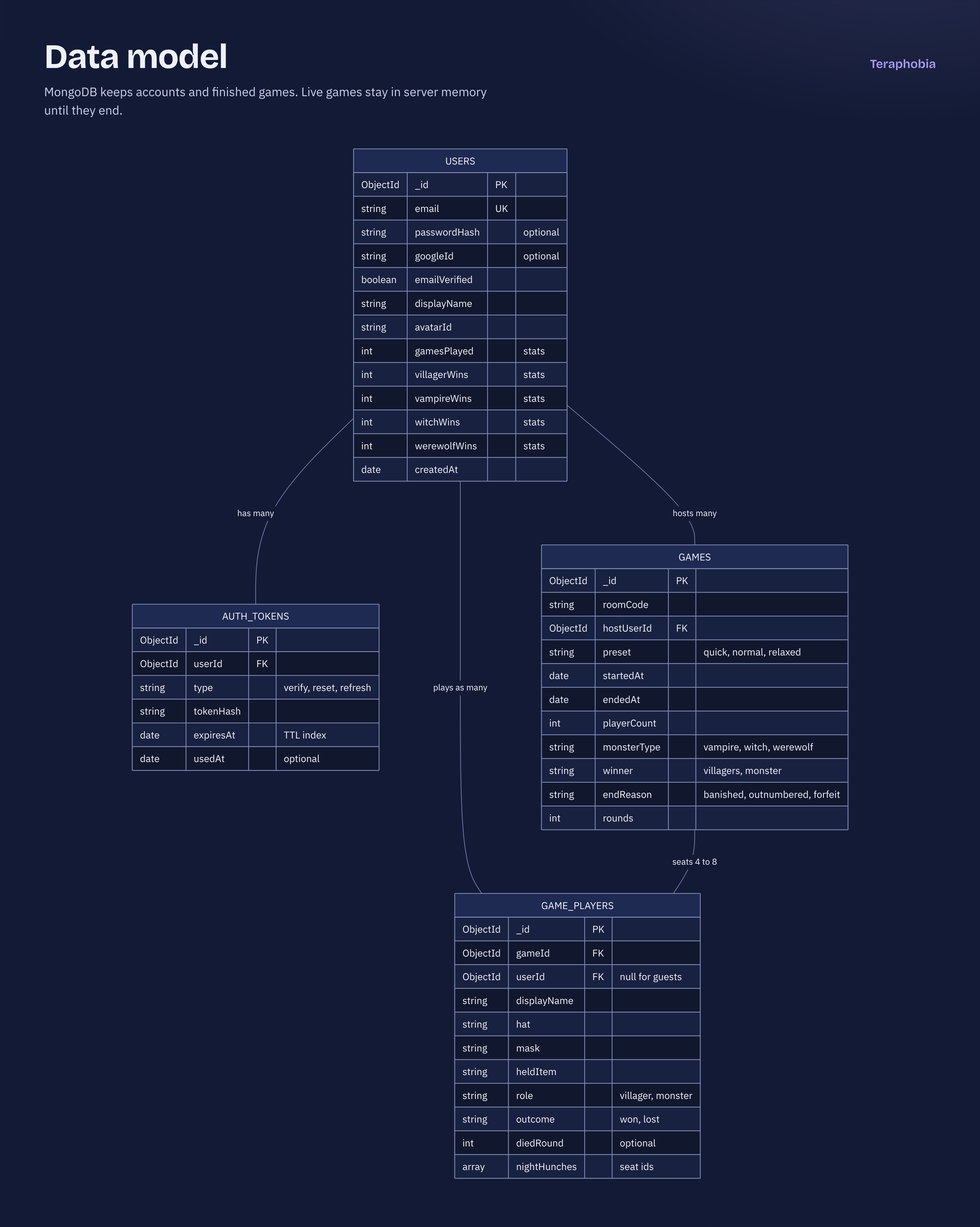
This is resources/diagrams/erd.png from ucfdevs/teraphobia, a Mermaid export, as it was before one commit. Its source is kept beside it as resources/diagrams/erd.mmd. Its diagram source:
```mermaid
erDiagram
    USERS ||--o{ AUTH_TOKENS : "has many"
    USERS ||--o{ GAMES : "hosts many"
    USERS |o--o{ GAME_PLAYERS : "plays as many"
    GAMES ||--|{ GAME_PLAYERS : "seats 4 to 8"

    USERS {
        ObjectId _id PK
        string email UK
        string passwordHash "optional"
        string googleId "optional"
        boolean emailVerified
        string displayName
        string avatarId
        int gamesPlayed "stats"
        int villagerWins "stats"
        int vampireWins "stats"
        int witchWins "stats"
        int werewolfWins "stats"
        date createdAt
    }
    AUTH_TOKENS {
        ObjectId _id PK
        ObjectId userId FK
        string type "verify, reset, refresh"
        string tokenHash
        date expiresAt "TTL index"
        date usedAt "optional"
    }
    GAMES {
        ObjectId _id PK
        string roomCode
        ObjectId hostUserId FK
        string preset "quick, normal, relaxed"
        date startedAt
        date endedAt
        int playerCount
        string monsterType "vampire, witch, werewolf"
        string winner "villagers, monster"
        string endReason "banished, outnumbered, forfeit"
        int rounds
    }
    GAME_PLAYERS {
        ObjectId _id PK
        ObjectId gameId FK
        ObjectId userId FK "null for guests"
        string displayName
        string hat
        string mask
        string heldItem
        string role "villager, monster"
        string outcome "won, lost"
        int diedRound "optional"
        array nightHunches "seat ids"
    }
```
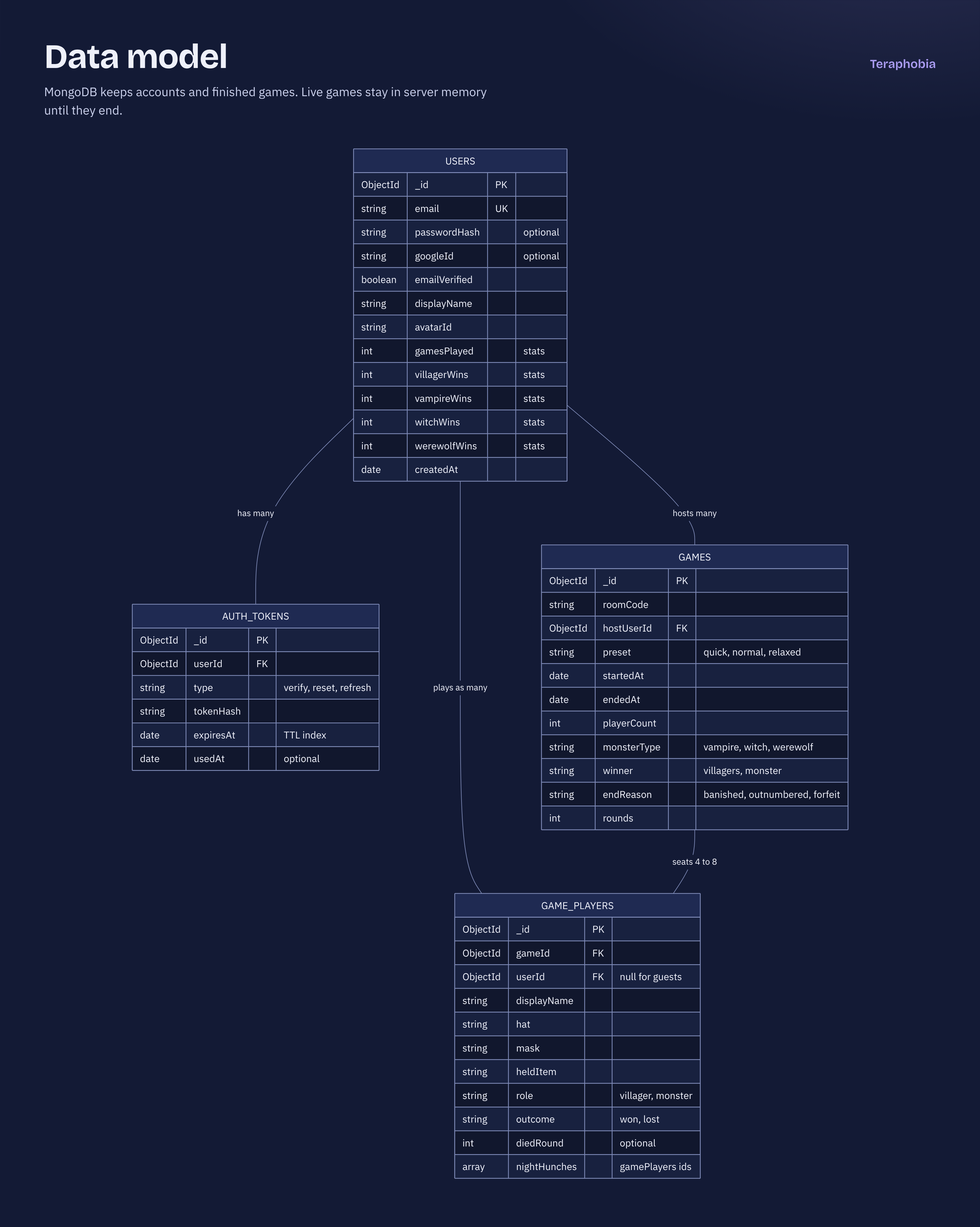
After the commit.

Commit message:
add missing use cases and fix erd hunch reference

Diff of the diagram source:
```diff
@@ -51,5 +51,5 @@
         string role "villager, monster"
         string outcome "won, lost"
         int diedRound "optional"
-        array nightHunches "seat ids"
+        array nightHunches "gamePlayers ids"
     }
```
